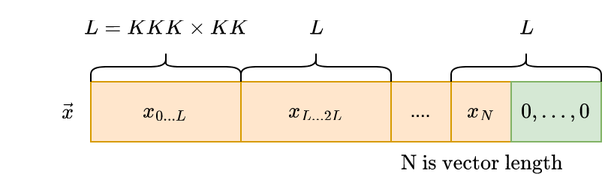
Earlier version of the draw.io export DirectProgramming/C++SYCL_FPGA/ReferenceDesigns/productive_libraries/blas/reconfigurable_vecadd/figures/zero_padding.png (ronghongbo/oneAPI-samples). Source tidied: cells renumbered, new cells last; positions are measured from the earlier drawing's top-left corner, leaving out a move shared by most shapes. Its diagram source:
```xml
<mxGraphModel math="1">
  <root>
    <mxCell id="0" />
    <mxCell id="1" parent="0" />
    <mxCell id="2" value="$$x_{0...L}$$" style="rounded=0;whiteSpace=wrap;html=1;fillColor=#ffe6cc;strokeColor=#d79b00;" parent="1" vertex="1">
      <mxGeometry x="60" y="50" width="100" height="40" as="geometry" />
    </mxCell>
    <mxCell id="3" value="$$x_{L...2L}$$" style="rounded=0;whiteSpace=wrap;html=1;fillColor=#ffe6cc;strokeColor=#d79b00;" parent="1" vertex="1">
      <mxGeometry x="160" y="50" width="100" height="40" as="geometry" />
    </mxCell>
    <mxCell id="4" value="$$x_N$$" style="rounded=0;whiteSpace=wrap;html=1;fillColor=#ffe6cc;strokeColor=#d79b00;" parent="1" vertex="1">
      <mxGeometry x="300" y="50" width="40" height="40" as="geometry" />
    </mxCell>
    <mxCell id="5" value="...." style="rounded=0;whiteSpace=wrap;html=1;fillColor=#ffe6cc;strokeColor=#d79b00;" parent="1" vertex="1">
      <mxGeometry x="260" y="50" width="40" height="40" as="geometry" />
    </mxCell>
    <mxCell id="6" value="$$0,\dots,0$$" style="rounded=0;whiteSpace=wrap;html=1;fillColor=#d5e8d4;strokeColor=#82b366;" parent="1" vertex="1">
      <mxGeometry x="340" y="50" width="60" height="40" as="geometry" />
    </mxCell>
    <mxCell id="7" value="$$\vec{x}$$" style="text;html=1;align=center;verticalAlign=middle;strokeColor=none;fillColor=none;" parent="1" vertex="1">
      <mxGeometry y="55" width="90" height="30" as="geometry" />
    </mxCell>
    <mxCell id="8" style="shape=curlyBracket;whiteSpace=wrap;html=1;rounded=1;flipH=1;labelPosition=right;verticalLabelPosition=middle;align=left;verticalAlign=middle;direction=south;" parent="1" vertex="1">
      <mxGeometry x="60" y="30" width="100" height="20" as="geometry" />
    </mxCell>
    <mxCell id="9" value="$$L=KKK\times KK$$" style="text;html=1;align=center;verticalAlign=middle;strokeColor=none;fillColor=none;" parent="1" vertex="1">
      <mxGeometry x="40" width="140" height="30" as="geometry" />
    </mxCell>
    <mxCell id="10" style="shape=curlyBracket;whiteSpace=wrap;html=1;rounded=1;flipH=1;labelPosition=right;verticalLabelPosition=middle;align=left;verticalAlign=middle;direction=south;" parent="1" vertex="1">
      <mxGeometry x="160" y="30" width="100" height="20" as="geometry" />
    </mxCell>
    <mxCell id="11" value="$$L$$" style="text;html=1;align=center;verticalAlign=middle;strokeColor=none;fillColor=none;" parent="1" vertex="1">
      <mxGeometry x="180" width="60" height="30" as="geometry" />
    </mxCell>
    <mxCell id="12" style="shape=curlyBracket;whiteSpace=wrap;html=1;rounded=1;flipH=1;labelPosition=right;verticalLabelPosition=middle;align=left;verticalAlign=middle;direction=south;" parent="1" vertex="1">
      <mxGeometry x="300" y="30" width="100" height="20" as="geometry" />
    </mxCell>
    <mxCell id="13" value="$$L$$" style="text;html=1;align=center;verticalAlign=middle;strokeColor=none;fillColor=none;" parent="1" vertex="1">
      <mxGeometry x="320" width="60" height="30" as="geometry" />
    </mxCell>
    <mxCell id="14" value="$$\text{N is vector length}$$" style="text;html=1;align=center;verticalAlign=middle;strokeColor=none;fillColor=none;" parent="1" vertex="1">
      <mxGeometry x="235" y="90" width="170" height="30" as="geometry" />
    </mxCell>
  </root>
</mxGraphModel>
```
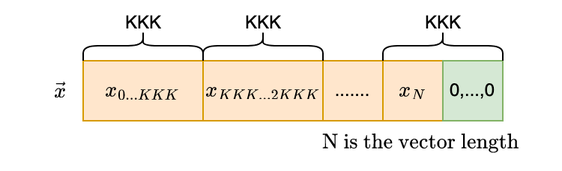
The same diagram one commit later.

Commit message:
Update figures && spec

Diff of the diagram source:
```diff
@@ -2,44 +2,44 @@
   <root>
     <mxCell id="0" />
     <mxCell id="1" parent="0" />
-    <mxCell id="2" value="$$x_{0...L}$$" style="rounded=0;whiteSpace=wrap;html=1;fillColor=#ffe6cc;strokeColor=#d79b00;" parent="1" vertex="1">
-      <mxGeometry x="60" y="50" width="100" height="40" as="geometry" />
-    </mxCell>
-    <mxCell id="3" value="$$x_{L...2L}$$" style="rounded=0;whiteSpace=wrap;html=1;fillColor=#ffe6cc;strokeColor=#d79b00;" parent="1" vertex="1">
-      <mxGeometry x="160" y="50" width="100" height="40" as="geometry" />
-    </mxCell>
+    <mxCell id="15" value="$$x_{0...KKK}$$" style="rounded=0;whiteSpace=wrap;html=1;fillColor=#ffe6cc;strokeColor=#d79b00;" parent="1" vertex="1">
+      <mxGeometry x="100" y="50" width="80" height="40" as="geometry" />
+    </mxCell>
+    <mxCell id="16" value="$$x_{KKK...2KKK}$$" style="rounded=0;whiteSpace=wrap;html=1;fillColor=#ffe6cc;strokeColor=#d79b00;" parent="1" vertex="1">
+      <mxGeometry x="180" y="50" width="80" height="40" as="geometry" />
+    </mxCell>
+    <mxCell id="17" value="KKK" style="text;html=1;align=center;verticalAlign=middle;strokeColor=none;fillColor=none;" parent="1" vertex="1">
+      <mxGeometry x="115" y="10" width="50" height="30" as="geometry" />
+    </mxCell>
+    <mxCell id="18" value="......." style="rounded=0;whiteSpace=wrap;html=1;fillColor=#ffe6cc;strokeColor=#d79b00;" parent="1" vertex="1">
+      <mxGeometry x="260" y="50" width="40" height="40" as="geometry" />
+    </mxCell>
     <mxCell id="4" value="$$x_N$$" style="rounded=0;whiteSpace=wrap;html=1;fillColor=#ffe6cc;strokeColor=#d79b00;" parent="1" vertex="1">
       <mxGeometry x="300" y="50" width="40" height="40" as="geometry" />
     </mxCell>
-    <mxCell id="5" value="...." style="rounded=0;whiteSpace=wrap;html=1;fillColor=#ffe6cc;strokeColor=#d79b00;" parent="1" vertex="1">
-      <mxGeometry x="260" y="50" width="40" height="40" as="geometry" />
-    </mxCell>
-    <mxCell id="6" value="$$0,\dots,0$$" style="rounded=0;whiteSpace=wrap;html=1;fillColor=#d5e8d4;strokeColor=#82b366;" parent="1" vertex="1">
-      <mxGeometry x="340" y="50" width="60" height="40" as="geometry" />
-    </mxCell>
-    <mxCell id="7" value="$$\vec{x}$$" style="text;html=1;align=center;verticalAlign=middle;strokeColor=none;fillColor=none;" parent="1" vertex="1">
-      <mxGeometry y="55" width="90" height="30" as="geometry" />
-    </mxCell>
-    <mxCell id="8" style="shape=curlyBracket;whiteSpace=wrap;html=1;rounded=1;flipH=1;labelPosition=right;verticalLabelPosition=middle;align=left;verticalAlign=middle;direction=south;" parent="1" vertex="1">
-      <mxGeometry x="60" y="30" width="100" height="20" as="geometry" />
-    </mxCell>
-    <mxCell id="9" value="$$L=KKK\times KK$$" style="text;html=1;align=center;verticalAlign=middle;strokeColor=none;fillColor=none;" parent="1" vertex="1">
-      <mxGeometry x="40" width="140" height="30" as="geometry" />
-    </mxCell>
-    <mxCell id="10" style="shape=curlyBracket;whiteSpace=wrap;html=1;rounded=1;flipH=1;labelPosition=right;verticalLabelPosition=middle;align=left;verticalAlign=middle;direction=south;" parent="1" vertex="1">
-      <mxGeometry x="160" y="30" width="100" height="20" as="geometry" />
-    </mxCell>
-    <mxCell id="11" value="$$L$$" style="text;html=1;align=center;verticalAlign=middle;strokeColor=none;fillColor=none;" parent="1" vertex="1">
-      <mxGeometry x="180" width="60" height="30" as="geometry" />
-    </mxCell>
-    <mxCell id="12" style="shape=curlyBracket;whiteSpace=wrap;html=1;rounded=1;flipH=1;labelPosition=right;verticalLabelPosition=middle;align=left;verticalAlign=middle;direction=south;" parent="1" vertex="1">
-      <mxGeometry x="300" y="30" width="100" height="20" as="geometry" />
-    </mxCell>
-    <mxCell id="13" value="$$L$$" style="text;html=1;align=center;verticalAlign=middle;strokeColor=none;fillColor=none;" parent="1" vertex="1">
-      <mxGeometry x="320" width="60" height="30" as="geometry" />
-    </mxCell>
-    <mxCell id="14" value="$$\text{N is vector length}$$" style="text;html=1;align=center;verticalAlign=middle;strokeColor=none;fillColor=none;" parent="1" vertex="1">
-      <mxGeometry x="235" y="90" width="170" height="30" as="geometry" />
-    </mxCell>
+    <mxCell id="19" value="0,...,0" style="rounded=0;whiteSpace=wrap;html=1;fillColor=#d5e8d4;strokeColor=#82b366;" parent="1" vertex="1">
+      <mxGeometry x="340" y="50" width="40" height="40" as="geometry" />
+    </mxCell>
+    <mxCell id="20" style="shape=curlyBracket;whiteSpace=wrap;html=1;rounded=1;flipH=1;labelPosition=right;verticalLabelPosition=middle;align=left;verticalAlign=middle;rotation=-90;" parent="1" vertex="1">
+      <mxGeometry x="130" width="20" height="80" as="geometry" />
+    </mxCell>
+    <mxCell id="21" value="KKK" style="text;html=1;align=center;verticalAlign=middle;strokeColor=none;fillColor=none;" parent="1" vertex="1">
+      <mxGeometry x="195" y="10" width="50" height="30" as="geometry" />
+    </mxCell>
+    <mxCell id="22" style="shape=curlyBracket;whiteSpace=wrap;html=1;rounded=1;flipH=1;labelPosition=right;verticalLabelPosition=middle;align=left;verticalAlign=middle;rotation=-90;" parent="1" vertex="1">
+      <mxGeometry x="210" width="20" height="80" as="geometry" />
+    </mxCell>
+    <mxCell id="23" value="KKK" style="text;html=1;align=center;verticalAlign=middle;strokeColor=none;fillColor=none;" parent="1" vertex="1">
+      <mxGeometry x="315" y="10" width="50" height="30" as="geometry" />
+    </mxCell>
+    <mxCell id="24" style="shape=curlyBracket;whiteSpace=wrap;html=1;rounded=1;flipH=1;labelPosition=right;verticalLabelPosition=middle;align=left;verticalAlign=middle;rotation=-90;" parent="1" vertex="1">
+      <mxGeometry x="330" width="20" height="80" as="geometry" />
+    </mxCell>
+    <mxCell id="25" value="$$\vec x$$" style="text;html=1;align=center;verticalAlign=middle;strokeColor=none;fillColor=none;" parent="1" vertex="1">
+      <mxGeometry x="45" y="55" width="80" height="30" as="geometry" />
+    </mxCell>
+    <mxCell id="26" value="$$\text{N is the vector length}$$" style="text;html=1;align=center;verticalAlign=middle;strokeColor=none;fillColor=none;" parent="1" vertex="1">
+      <mxGeometry x="230" y="90" width="190" height="30" as="geometry" />
+    </mxCell>
   </root>
 </mxGraphModel>
```
